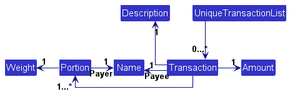
Earlier version of the PlantUML export docs/images/TransactionClassDiagram.png (wui-hong/tp). Source of this version:
```plantuml
@startuml
!include style.puml
top to bottom direction
skinparam linetype ortho
skinparam arrowThickness 1.1
skinparam arrowColor LOGIC_COLOR_T4
skinparam classBackgroundColor LOGIC_COLOR

UniqueTransactionList -down-> "0...*" Transaction

Transaction -up-> "1" Description
Transaction -left-> "1" Name : Payee
Transaction -right-> "1" Amount
Transaction -left-> "1...*" Portion
Portion -> "1" Name : Payer
Portion -left-> "1" Weight
@enduml
```
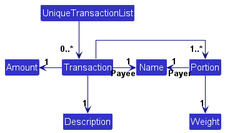
After the commit.

What changed in the source:
```diff
@@ -6,12 +6,12 @@
 skinparam arrowColor LOGIC_COLOR_T4
 skinparam classBackgroundColor LOGIC_COLOR
 
-UniqueTransactionList -down-> "0...*" Transaction
+UniqueTransactionList -down-> "0..*" Transaction
 
-Transaction -up-> "1" Description
-Transaction -left-> "1" Name : Payee
-Transaction -right-> "1" Amount
-Transaction -left-> "1...*" Portion
-Portion -> "1" Name : Payer
-Portion -left-> "1" Weight
+Transaction -down-> "1" Description
+Transaction -left-> "1" Amount
+Transaction -right-> "1..*" Portion
+Transaction -right-> "1" Name : Payee
+Portion -left-> "1" Name : Payer
+Portion -down-> "1" Weight
 @enduml
```
